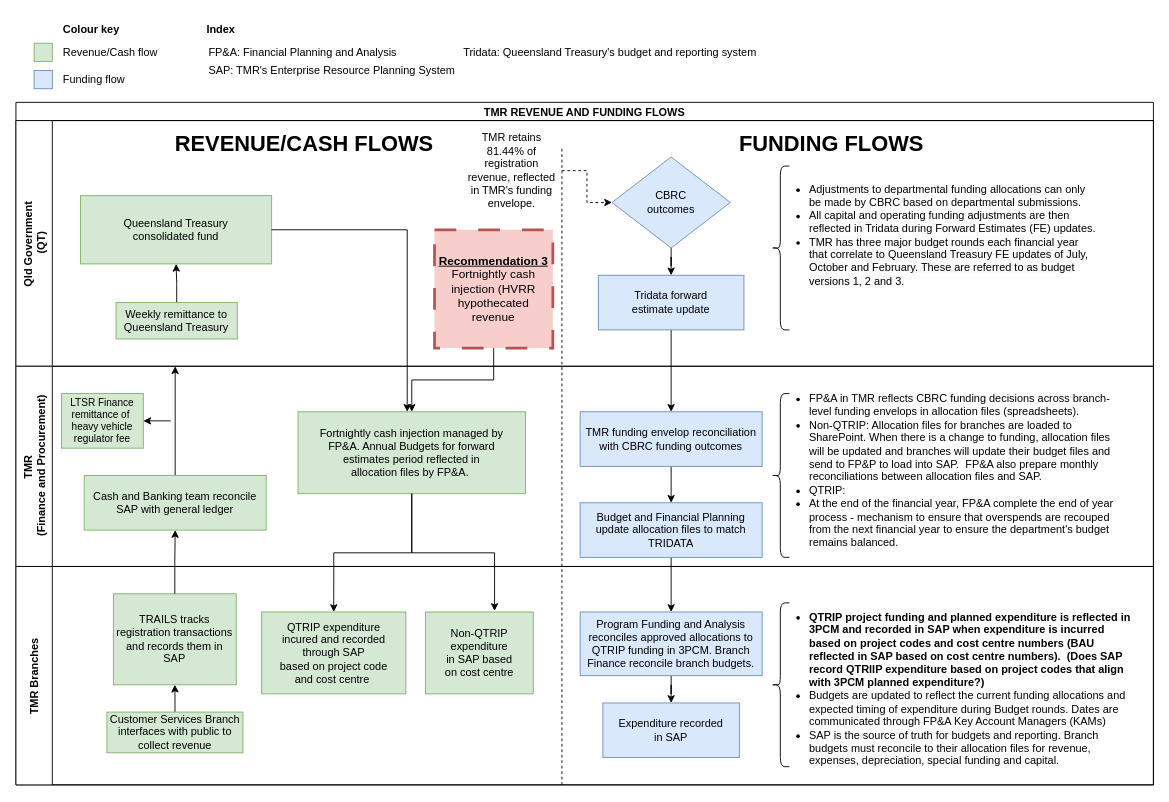
This is page "Financial process" (2 of 6) of QTRIP and financial mapping.drawio from tzforster/great-suppository-name, a draw.io file, before an edit. Source tidied: cells renumbered, new cells numbered last; positions are measured from the earlier drawing's top-left corner, leaving out a move shared by most shapes. Both pictures are drawn from the tidied source at 91%, with x=0, y=0 at pixel (15, 15).
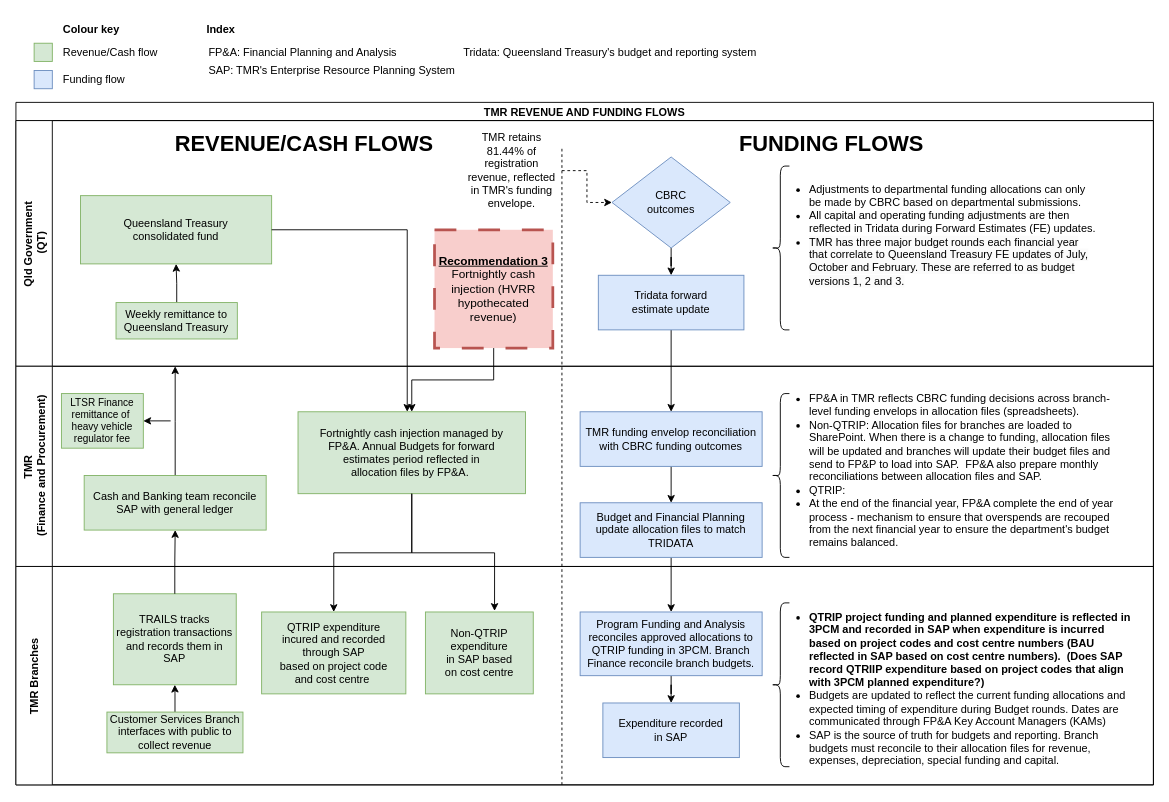
Above is the later version.

Unchanged cells that the change refers to:
```xml
<mxCell id="5" value="Qld Government&#10; (QT)" style="swimlane;startSize=40;horizontal=0;strokeWidth=1;" parent="2" vertex="1">
  <mxGeometry y="20" width="1250" height="270" as="geometry" />
</mxCell>
```

The edit, as a diff of the source:
```diff
@@
-    <mxCell id="18" value="&lt;b&gt;&lt;u&gt;Recommendation 3&lt;/u&gt;&lt;/b&gt;&lt;br style=&quot;font-size: 13px;&quot;&gt;Fortnightly cash injection (HVRR hypothecated revenue" style="whiteSpace=wrap;html=1;dashed=1;dashPattern=8 8;strokeWidth=3;fontSize=13;fillColor=#f8cecc;strokeColor=#b85450;" parent="5" vertex="1">
+    <mxCell id="18" value="&lt;b&gt;&lt;u&gt;Recommendation 3&lt;/u&gt;&lt;/b&gt;&lt;br style=&quot;font-size: 13px;&quot;&gt;Fortnightly cash injection (HVRR hypothecated revenue)" style="whiteSpace=wrap;html=1;dashed=1;dashPattern=8 8;strokeWidth=3;fontSize=13;fillColor=#f8cecc;strokeColor=#b85450;" parent="5" vertex="1">
       <mxGeometry x="460" y="120" width="130" height="130" as="geometry" />
     </mxCell>
```
